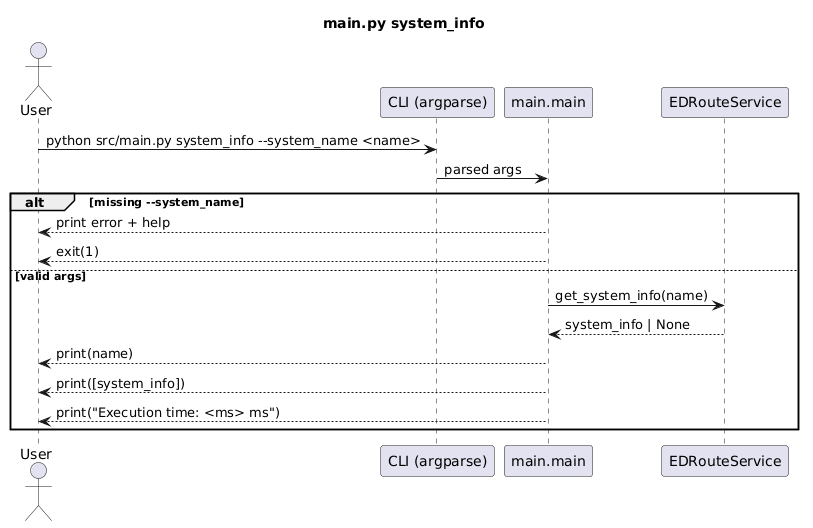
Above: docs/main_sequences/main_system_info.png in fazleskhan/elite_dangerous_discord_tools (PlantUML), before the change.
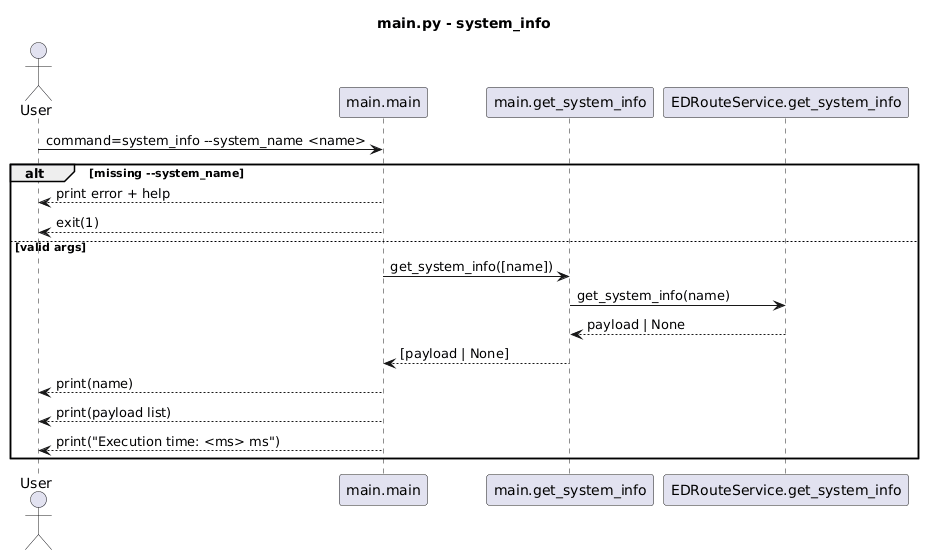
Above is the later version.

Diff of the diagram source:
```diff
@@ -1,21 +1,22 @@
 @startuml
-title main.py system_info
+title main.py - system_info
+
 actor User
-participant "CLI (argparse)" as CLI
 participant "main.main" as Main
-participant "EDRouteService" as Route
+participant "main.get_system_info" as GetInfo
+participant "EDRouteService.get_system_info" as Route
 
-User -> CLI : python src/main.py system_info --system_name <name>
-CLI -> Main : parsed args
-
+User -> Main : command=system_info --system_name <name>
 alt missing --system_name
   Main --> User : print error + help
   Main --> User : exit(1)
 else valid args
-  Main -> Route : get_system_info(name)
-  Route --> Main : system_info | None
+  Main -> GetInfo : get_system_info([name])
+  GetInfo -> Route : get_system_info(name)
+  Route --> GetInfo : payload | None
+  GetInfo --> Main : [payload | None]
   Main --> User : print(name)
-  Main --> User : print([system_info])
+  Main --> User : print(payload list)
   Main --> User : print("Execution time: <ms> ms")
 end
 @enduml
```
